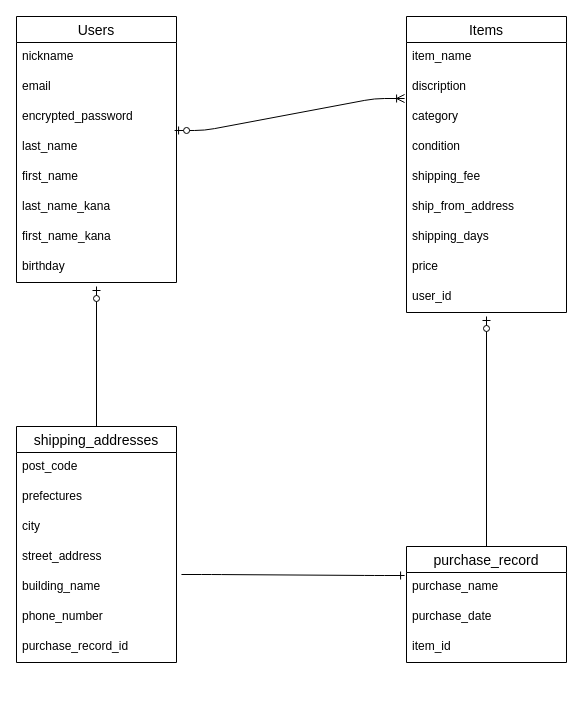
This is furima.dio from kenjii-tech/furima-41352, a draw.io file, before an edit. Source tidied: cells renumbered, new cells numbered last; positions are measured from the earlier drawing's top-left corner, leaving out a move shared by most shapes. Both pictures are drawn from the tidied source at 100%, with x=0, y=0 at pixel (16, 16).
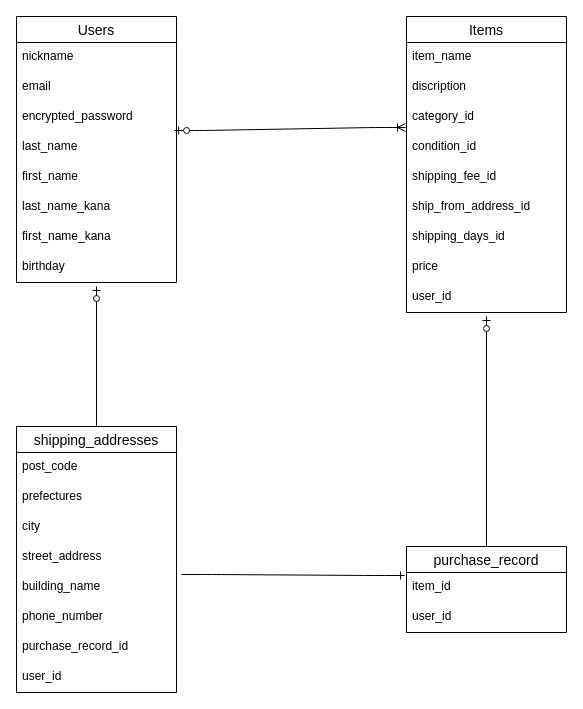
After the change.

Commit message (it also covers changes not shown here):
ER図、READMEの修正_2

Unchanged cells that the change refers to:
```xml
<mxCell id="6" value="last_name" style="text;strokeColor=none;fillColor=none;spacingLeft=4;spacingRight=4;overflow=hidden;points=[[0,0.5],[1,0.5]];portConstraint=eastwest;fontSize=12;" parent="2" vertex="1">
  <mxGeometry y="116" width="160" height="30" as="geometry" />
</mxCell>
<mxCell id="11" value="Items" style="swimlane;fontStyle=0;horizontal=1;startSize=26;align=center;fontSize=14;" parent="1" vertex="1">
  <mxGeometry x="390" width="160" height="296" as="geometry" />
</mxCell>
<mxCell id="13" value="discription" style="text;strokeColor=none;fillColor=none;spacingLeft=4;spacingRight=4;overflow=hidden;points=[[0,0.5],[1,0.5]];portConstraint=eastwest;fontSize=12;" parent="11" vertex="1">
  <mxGeometry y="56" width="160" height="30" as="geometry" />
</mxCell>
<mxCell id="29" value="street_address" style="text;strokeColor=none;fillColor=none;spacingLeft=4;spacingRight=4;overflow=hidden;points=[[0,0.5],[1,0.5]];portConstraint=eastwest;fontSize=12;" parent="25" vertex="1">
  <mxGeometry y="116" width="160" height="30" as="geometry" />
</mxCell>
```

The edit, as a diff of the source:
```diff
@@
-    <mxCell id="14" value="category" style="text;strokeColor=none;fillColor=none;spacingLeft=4;spacingRight=4;overflow=hidden;points=[[0,0.5],[1,0.5]];portConstraint=eastwest;fontSize=12;" parent="11" vertex="1">
+    <mxCell id="14" value="category_id" style="text;strokeColor=none;fillColor=none;spacingLeft=4;spacingRight=4;overflow=hidden;points=[[0,0.5],[1,0.5]];portConstraint=eastwest;fontSize=12;" parent="11" vertex="1">
       <mxGeometry y="86" width="160" height="30" as="geometry" />
     </mxCell>
-    <mxCell id="15" value="condition" style="text;strokeColor=none;fillColor=none;spacingLeft=4;spacingRight=4;overflow=hidden;fontSize=12;" parent="11" vertex="1">
+    <mxCell id="15" value="condition_id" style="text;strokeColor=none;fillColor=none;spacingLeft=4;spacingRight=4;overflow=hidden;fontSize=12;" parent="11" vertex="1">
       <mxGeometry y="116" width="160" height="30" as="geometry" />
     </mxCell>
-    <mxCell id="16" value="shipping_fee" style="text;strokeColor=none;fillColor=none;spacingLeft=4;spacingRight=4;overflow=hidden;fontSize=12;" parent="11" vertex="1">
+    <mxCell id="16" value="shipping_fee_id" style="text;strokeColor=none;fillColor=none;spacingLeft=4;spacingRight=4;overflow=hidden;fontSize=12;" parent="11" vertex="1">
       <mxGeometry y="146" width="160" height="30" as="geometry" />
     </mxCell>
-    <mxCell id="17" value="ship_from_address" style="text;strokeColor=none;fillColor=none;spacingLeft=4;spacingRight=4;overflow=hidden;fontSize=12;" parent="11" vertex="1">
+    <mxCell id="17" value="ship_from_address_id" style="text;strokeColor=none;fillColor=none;spacingLeft=4;spacingRight=4;overflow=hidden;fontSize=12;" parent="11" vertex="1">
       <mxGeometry y="176" width="160" height="30" as="geometry" />
     </mxCell>
-    <mxCell id="18" value="shipping_days" style="text;strokeColor=none;fillColor=none;spacingLeft=4;spacingRight=4;overflow=hidden;fontSize=12;" parent="11" vertex="1">
+    <mxCell id="18" value="shipping_days_id" style="text;strokeColor=none;fillColor=none;spacingLeft=4;spacingRight=4;overflow=hidden;fontSize=12;" parent="11" vertex="1">
       <mxGeometry y="206" width="160" height="30" as="geometry" />
     </mxCell>
@@
     <mxCell id="21" value="purchase_record" style="swimlane;fontStyle=0;horizontal=1;startSize=26;align=center;fontSize=14;" parent="1" vertex="1">
-      <mxGeometry x="390" y="530" width="160" height="116" as="geometry" />
+      <mxGeometry x="390" y="530" width="160" height="86" as="geometry" />
     </mxCell>
-    <mxCell id="22" value="purchase_name" style="text;strokeColor=none;fillColor=none;spacingLeft=4;spacingRight=4;overflow=hidden;points=[[0,0.5],[1,0.5]];portConstraint=eastwest;fontSize=12;" parent="21" vertex="1">
-      <mxGeometry y="26" width="160" height="30" as="geometry" />
-    </mxCell>
+    <mxCell id="24" value="item_id" style="text;strokeColor=none;fillColor=none;spacingLeft=4;spacingRight=4;overflow=hidden;fontSize=12;" parent="21" vertex="1">
+      <mxGeometry y="26" width="160" height="30" as="geometry" />
+    </mxCell>
-    <mxCell id="23" value="purchase_date" style="text;strokeColor=none;fillColor=none;spacingLeft=4;spacingRight=4;overflow=hidden;fontSize=12;" parent="21" vertex="1">
+    <mxCell id="23" value="user_id" style="text;strokeColor=none;fillColor=none;spacingLeft=4;spacingRight=4;overflow=hidden;fontSize=12;" parent="21" vertex="1">
       <mxGeometry y="56" width="160" height="30" as="geometry" />
     </mxCell>
-    <mxCell id="24" value="item_id" style="text;strokeColor=none;fillColor=none;spacingLeft=4;spacingRight=4;overflow=hidden;fontSize=12;" parent="21" vertex="1">
-      <mxGeometry y="86" width="160" height="30" as="geometry" />
-    </mxCell>
     <mxCell id="25" value="shipping_addresses" style="swimlane;fontStyle=0;horizontal=1;startSize=26;align=center;fontSize=14;" parent="1" vertex="1">
-      <mxGeometry y="410" width="160" height="236" as="geometry" />
+      <mxGeometry y="410" width="160" height="266" as="geometry" />
     </mxCell>
@@
+    <mxCell id="37" value="user_id" style="text;strokeColor=none;fillColor=none;spacingLeft=4;spacingRight=4;overflow=hidden;fontSize=12;" parent="25" vertex="1">
+      <mxGeometry y="236" width="160" height="30" as="geometry" />
+    </mxCell>
-    <mxCell id="33" style="edgeStyle=entityRelationEdgeStyle;fontSize=12;html=1;endArrow=ERoneToMany;startArrow=ERzeroToOne;exitX=0.988;exitY=-0.067;exitDx=0;exitDy=0;exitPerimeter=0;entryX=-0.012;entryY=0.867;entryDx=0;entryDy=0;entryPerimeter=0;" parent="1" edge="1" source="6" target="13">
+    <mxCell id="33" style="edgeStyle=entityRelationEdgeStyle;fontSize=12;html=1;endArrow=ERoneToMany;startArrow=ERzeroToOne;exitX=0.988;exitY=-0.067;exitDx=0;exitDy=0;exitPerimeter=0;entryX=-0.006;entryY=0.833;entryDx=0;entryDy=0;entryPerimeter=0;" parent="1" edge="1" source="6" target="14">
       <mxGeometry relative="1" as="geometry" />
     </mxCell>
@@
-    <mxCell id="35" style="edgeStyle=entityRelationEdgeStyle;fontSize=12;html=1;endArrow=ERone;endFill=1;entryX=-0.012;entryY=0.1;entryDx=0;entryDy=0;entryPerimeter=0;exitX=1.031;exitY=1.067;exitDx=0;exitDy=0;exitPerimeter=0;" parent="1" edge="1" source="29" target="22">
-      <mxGeometry relative="1" as="geometry" />
+    <mxCell id="35" style="edgeStyle=entityRelationEdgeStyle;fontSize=12;html=1;endArrow=ERone;endFill=1;entryX=-0.012;entryY=0.1;entryDx=0;entryDy=0;entryPerimeter=0;exitX=1.031;exitY=1.067;exitDx=0;exitDy=0;exitPerimeter=0;" parent="1" edge="1" source="29">
+      <mxGeometry relative="1" as="geometry">
+        <mxPoint x="388.1" y="559" as="targetPoint" />
+      </mxGeometry>
     </mxCell>
```
